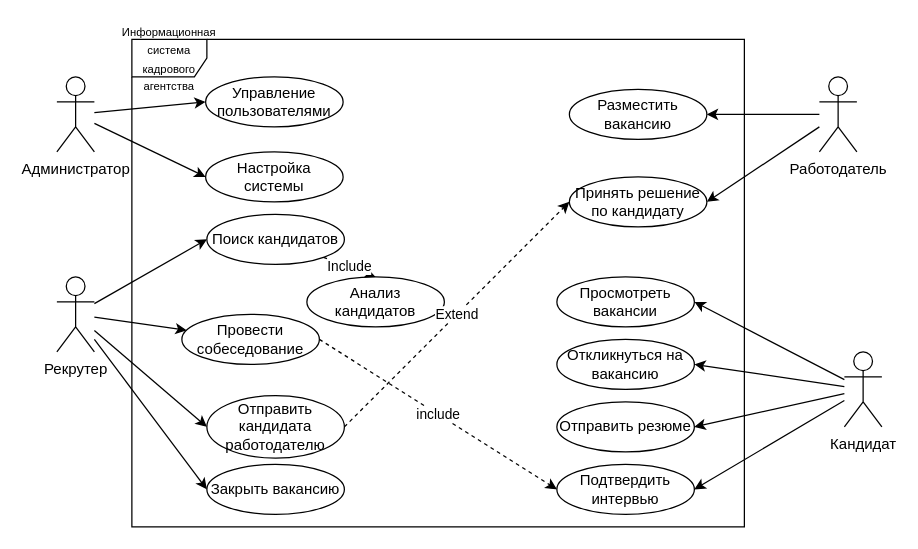
Earlier version of the draw.io diagram Диаграмма_вариантов.drawio (Regdal-cyber/Coursework). Source tidied: cells renumbered, new cells numbered last; positions are measured from the earlier drawing's top-left corner, leaving out a move shared by most shapes. Both pictures are drawn from the tidied source at 125%, with x=0, y=0 at pixel (56, 39).
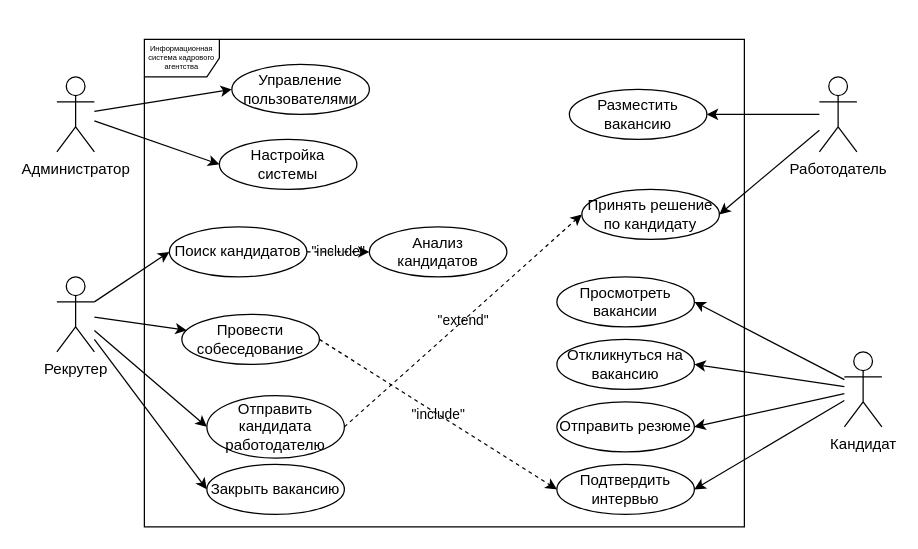
Above is the later version.

The change refers to these unchanged cells:
```xml
<mxCell id="22" value="Подтвердить интервью" style="ellipse;whiteSpace=wrap;html=1;" parent="1" vertex="1">
  <mxGeometry x="400" y="340" width="110" height="40" as="geometry" />
</mxCell>
<mxCell id="28" value="Провести собеседование" style="ellipse;whiteSpace=wrap;html=1;" parent="1" vertex="1">
  <mxGeometry x="100" y="220" width="110" height="40" as="geometry" />
</mxCell>
<mxCell id="30" value="Отправить кандидата работодателю" style="ellipse;whiteSpace=wrap;html=1;" parent="1" vertex="1">
  <mxGeometry x="120" y="285" width="110" height="50" as="geometry" />
</mxCell>
```

Diff of the diagram source:
```diff
@@
     <mxCell id="18" value="Принять решение по кандидату" style="ellipse;whiteSpace=wrap;html=1;" parent="1" vertex="1">
-      <mxGeometry x="410" y="110" width="110" height="40" as="geometry" />
+      <mxGeometry x="420" y="120" width="110" height="40" as="geometry" />
     </mxCell>
@@
-    <mxCell id="23" value="Include" style="edgeStyle=none;rounded=0;jettySize=auto;html=1;entryX=0.5;entryY=0;entryDx=0;entryDy=0;dashed=1;" parent="1" edge="1" source="24" target="26">
+    <mxCell id="23" value="&quot;include&quot;" style="edgeStyle=none;rounded=0;jettySize=auto;html=1;entryX=0;entryY=0.5;entryDx=0;entryDy=0;dashed=1;labelBackgroundColor=none;" parent="1" edge="1" source="24" target="26">
       <mxGeometry relative="1" as="geometry" />
     </mxCell>
     <mxCell id="24" value="Поиск кандидатов" style="ellipse;whiteSpace=wrap;html=1;" parent="1" vertex="1">
-      <mxGeometry x="120" y="140" width="110" height="40" as="geometry" />
+      <mxGeometry x="90" y="150" width="110" height="40" as="geometry" />
     </mxCell>
@@
     <mxCell id="26" value="Анализ кандидатов" style="ellipse;whiteSpace=wrap;html=1;" parent="1" vertex="1">
-      <mxGeometry x="200" y="190" width="110" height="40" as="geometry" />
+      <mxGeometry x="250" y="150" width="110" height="40" as="geometry" />
     </mxCell>
-    <mxCell id="27" value="include" style="edgeStyle=none;rounded=0;jettySize=auto;html=1;entryX=0;entryY=0.5;entryDx=0;entryDy=0;exitX=1;exitY=0.5;exitDx=0;exitDy=0;dashed=1;" parent="1" edge="1" source="28" target="22">
+    <mxCell id="27" value="&quot;include&quot;" style="edgeStyle=none;rounded=0;jettySize=auto;html=1;entryX=0;entryY=0.5;entryDx=0;entryDy=0;exitX=1;exitY=0.5;exitDx=0;exitDy=0;dashed=1;labelBackgroundColor=none;" parent="1" edge="1" source="28" target="22">
       <mxGeometry relative="1" as="geometry" />
     </mxCell>
@@
-    <mxCell id="29" value="Extend" style="edgeStyle=none;rounded=0;jettySize=auto;html=1;entryX=0;entryY=0.5;entryDx=0;entryDy=0;dashed=1;exitX=1;exitY=0.5;exitDx=0;exitDy=0;" parent="1" edge="1" source="30" target="18">
+    <mxCell id="29" value="&quot;extend&quot;" style="edgeStyle=none;rounded=0;jettySize=auto;html=1;entryX=0;entryY=0.5;entryDx=0;entryDy=0;dashed=1;exitX=1;exitY=0.5;exitDx=0;exitDy=0;labelBackgroundColor=none;" parent="1" edge="1" source="30" target="18">
       <mxGeometry relative="1" as="geometry" />
     </mxCell>
@@
     <mxCell id="32" value="Управление пользователями" style="ellipse;whiteSpace=wrap;html=1;" parent="1" vertex="1">
-      <mxGeometry x="119" y="30" width="110" height="40" as="geometry" />
+      <mxGeometry x="140" y="20" width="110" height="40" as="geometry" />
     </mxCell>
     <mxCell id="33" value="Настройка системы" style="ellipse;whiteSpace=wrap;html=1;" parent="1" vertex="1">
-      <mxGeometry x="119" y="90" width="110" height="40" as="geometry" />
+      <mxGeometry x="130" y="80" width="110" height="40" as="geometry" />
     </mxCell>
-    <mxCell id="34" value="&lt;font style=&quot;font-size: 9px;&quot;&gt;Информационная система кадрового агентства&lt;/font&gt;" style="shape=umlFrame;whiteSpace=wrap;html=1;" parent="1" vertex="1">
-      <mxGeometry x="60" width="490" height="390" as="geometry" />
+    <mxCell id="34" value="&lt;font style=&quot;font-size: 6px;&quot;&gt;Информационная система кадрового агентства&lt;/font&gt;" style="shape=umlFrame;whiteSpace=wrap;html=1;align=center;verticalAlign=middle;horizontal=1;fontSize=6;" parent="1" vertex="1">
+      <mxGeometry x="70" width="480" height="390" as="geometry" />
     </mxCell>
```
